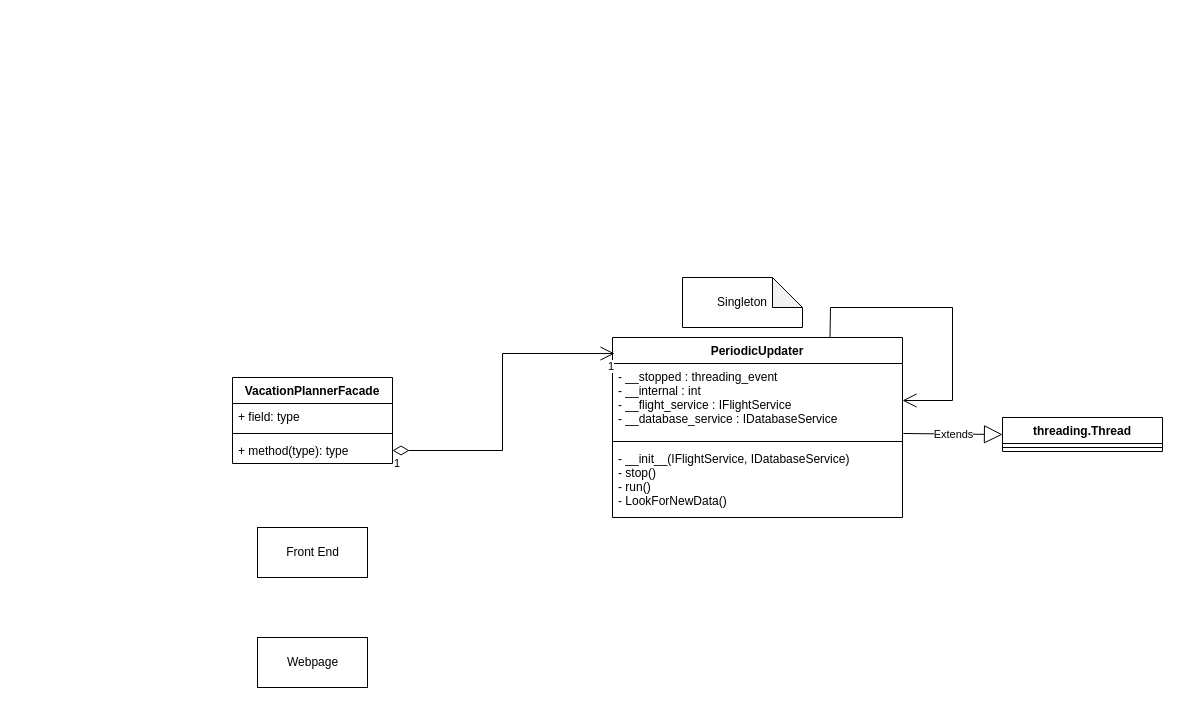
Above: page "Page-3" (3 of 3) of Design/MyVacationPlanner.drawio in Tomek-Stolarczyk/MyVacationPlanner (draw.io), before the change. Source tidied: cells renumbered, new cells numbered last; positions are measured from the earlier drawing's top-left corner, leaving out a move shared by most shapes. Both pictures are drawn from the tidied source at 100%, with x=0, y=0 at pixel (232, 277).
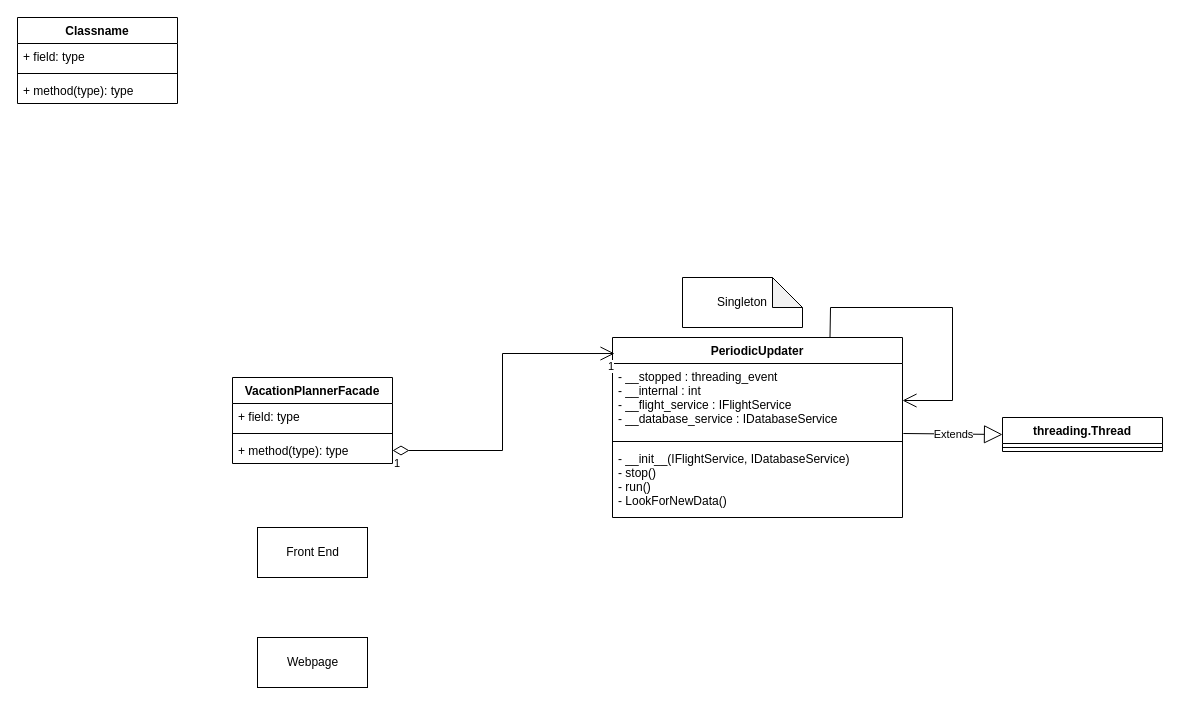
The same diagram, later.

The edit, as a diff of the source:
```diff
@@
+    <mxCell id="20" value="Classname" style="swimlane;fontStyle=1;align=center;verticalAlign=top;horizontal=1;startSize=26;" parent="1" vertex="1">
+      <mxGeometry x="-215" y="-260" width="160" height="86" as="geometry" />
+    </mxCell>
+    <mxCell id="21" value="+ field: type" style="text;strokeColor=none;fillColor=none;align=left;verticalAlign=top;spacingLeft=4;spacingRight=4;overflow=hidden;" parent="20" vertex="1">
+      <mxGeometry y="26" width="160" height="26" as="geometry" />
+    </mxCell>
+    <mxCell id="22" style="line;strokeWidth=1;fillColor=none;align=left;verticalAlign=middle;spacingTop=-1;spacingLeft=3;spacingRight=3;labelPosition=right;" parent="20" vertex="1">
+      <mxGeometry y="52" width="160" height="8" as="geometry" />
+    </mxCell>
+    <mxCell id="23" value="+ method(type): type" style="text;strokeColor=none;fillColor=none;align=left;verticalAlign=top;spacingLeft=4;spacingRight=4;overflow=hidden;" parent="20" vertex="1">
+      <mxGeometry y="60" width="160" height="26" as="geometry" />
+    </mxCell>
```
